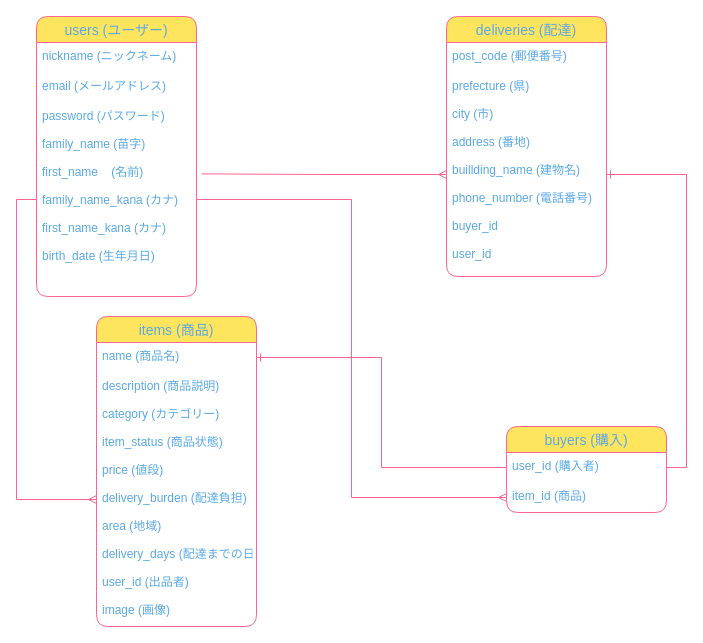
The draw.io diagram page "ページ1" (1 of 2) of furima.dio in UMEZAWA3064/furima-32328, before the edit. Source tidied: cells renumbered, new cells numbered last; positions are measured from the earlier drawing's top-left corner, leaving out a move shared by most shapes. Both pictures are drawn from the tidied source at 100%, with x=0, y=0 at pixel (36, 16).
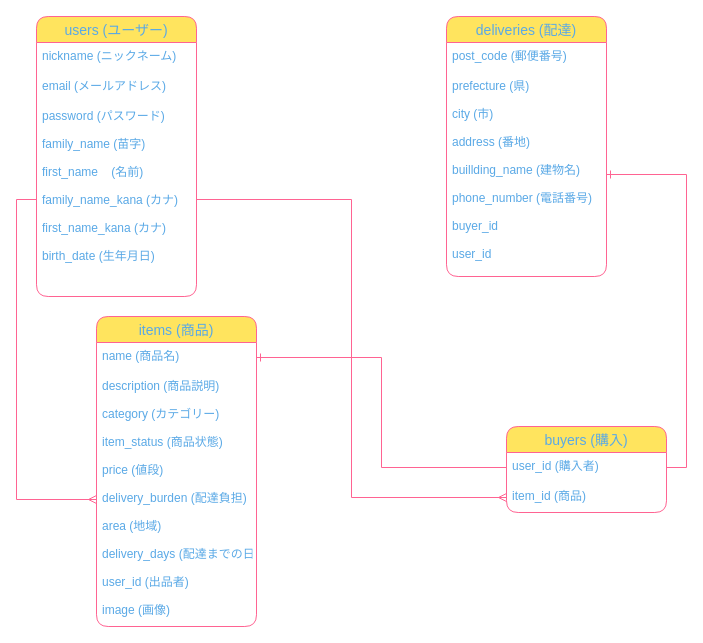
After the change.

Change to the diagram source:
```diff
@@
 <mxGraphModel>
   <root>
     <mxCell id="0" />
     <mxCell id="1" parent="0" />
     <mxCell id="2" value="users (ユーザー)" style="swimlane;fontStyle=0;horizontal=1;startSize=26;align=center;fontSize=14;fillColor=#FFE45E;strokeColor=#FF6392;fontColor=#5AA9E6;rounded=1;" parent="1" vertex="1">
       <mxGeometry width="160" height="280" as="geometry" />
     </mxCell>
     <mxCell id="3" value="nickname (ニックネーム)" style="text;strokeColor=none;fillColor=none;spacingLeft=4;spacingRight=4;overflow=hidden;fontSize=12;fontColor=#5AA9E6;rounded=1;" parent="2" vertex="1">
       <mxGeometry y="26" width="160" height="30" as="geometry" />
     </mxCell>
     <mxCell id="4" value="email (メールアドレス)" style="text;strokeColor=none;fillColor=none;spacingLeft=4;spacingRight=4;overflow=hidden;fontSize=12;fontColor=#5AA9E6;rounded=1;" parent="2" vertex="1">
       <mxGeometry y="56" width="160" height="30" as="geometry" />
     </mxCell>
     <mxCell id="5" value="password (パスワード)&#10;&#10;family_name (苗字)&#10;&#10;first_name    (名前)&#10;&#10;family_name_kana (カナ)&#10;&#10;first_name_kana (カナ)&#10;&#10;birth_date (生年月日)" style="text;strokeColor=none;fillColor=none;spacingLeft=4;spacingRight=4;overflow=hidden;points=[[0,0.5],[1,0.5]];portConstraint=eastwest;fontSize=12;fontColor=#5AA9E6;rounded=1;" parent="2" vertex="1">
       <mxGeometry y="86" width="160" height="194" as="geometry" />
     </mxCell>
     <mxCell id="6" value="deliveries (配達)" style="swimlane;fontStyle=0;horizontal=1;startSize=26;align=center;fontSize=14;fillColor=#FFE45E;strokeColor=#FF6392;fontColor=#5AA9E6;rounded=1;" parent="1" vertex="1">
       <mxGeometry x="410" width="160" height="260" as="geometry" />
     </mxCell>
     <mxCell id="7" value="post_code (郵便番号)" style="text;strokeColor=none;fillColor=none;spacingLeft=4;spacingRight=4;overflow=hidden;fontSize=12;fontColor=#5AA9E6;rounded=1;" parent="6" vertex="1">
       <mxGeometry y="26" width="160" height="30" as="geometry" />
     </mxCell>
     <mxCell id="8" value="prefecture (県)&#10;&#10;city (市)&#10;&#10;address (番地)&#10;&#10;buillding_name (建物名)&#10;&#10;phone_number (電話番号)&#10;&#10;buyer_id&#10;&#10;user_id" style="text;strokeColor=none;fillColor=none;spacingLeft=4;spacingRight=4;overflow=hidden;points=[[0,0.5],[1,0.5]];portConstraint=eastwest;fontSize=12;fontColor=#5AA9E6;rounded=1;" parent="6" vertex="1">
       <mxGeometry y="56" width="160" height="204" as="geometry" />
     </mxCell>
     <mxCell id="9" value="buyers (購入)" style="swimlane;fontStyle=0;horizontal=1;startSize=26;align=center;fontSize=14;fillColor=#FFE45E;strokeColor=#FF6392;fontColor=#5AA9E6;rounded=1;" parent="1" vertex="1">
       <mxGeometry x="470" y="410" width="160" height="86" as="geometry" />
     </mxCell>
     <mxCell id="10" value="user_id (購入者)" style="text;strokeColor=none;fillColor=none;spacingLeft=4;spacingRight=4;overflow=hidden;points=[[0,0.5],[1,0.5]];portConstraint=eastwest;fontSize=12;fontColor=#5AA9E6;rounded=1;" parent="9" vertex="1">
       <mxGeometry y="26" width="160" height="30" as="geometry" />
     </mxCell>
     <mxCell id="11" value="item_id (商品)" style="text;strokeColor=none;fillColor=none;spacingLeft=4;spacingRight=4;overflow=hidden;points=[[0,0.5],[1,0.5]];portConstraint=eastwest;fontSize=12;fontColor=#5AA9E6;rounded=1;" parent="9" vertex="1">
       <mxGeometry y="56" width="160" height="30" as="geometry" />
     </mxCell>
     <mxCell id="12" value="items (商品)" style="swimlane;fontStyle=0;horizontal=1;startSize=26;align=center;fontSize=14;fillColor=#FFE45E;strokeColor=#FF6392;fontColor=#5AA9E6;rounded=1;" parent="1" vertex="1">
       <mxGeometry x="60" y="300" width="160" height="310" as="geometry" />
     </mxCell>
     <mxCell id="13" value="name (商品名)" style="text;strokeColor=none;fillColor=none;spacingLeft=4;spacingRight=4;overflow=hidden;points=[[0,0.5],[1,0.5]];portConstraint=eastwest;fontSize=12;fontColor=#5AA9E6;rounded=1;" parent="12" vertex="1">
       <mxGeometry y="26" width="160" height="30" as="geometry" />
     </mxCell>
     <mxCell id="14" value="description (商品説明)&#10;&#10;category (カテゴリー)&#10;&#10;item_status (商品状態)&#10;&#10;price (値段)&#10;&#10;delivery_burden (配達負担)&#10;&#10;area (地域)&#10;&#10;delivery_days (配達までの日数)&#10;&#10;user_id (出品者)&#10;&#10;image (画像)" style="text;fillColor=none;spacingLeft=4;spacingRight=4;overflow=hidden;points=[[0,0.5],[1,0.5]];portConstraint=eastwest;fontSize=12;fontColor=#5AA9E6;rounded=1;" parent="12" vertex="1">
       <mxGeometry y="56" width="160" height="254" as="geometry" />
     </mxCell>
     <mxCell id="15" style="edgeStyle=orthogonalEdgeStyle;rounded=0;jettySize=auto;html=1;exitX=0;exitY=0.5;exitDx=0;exitDy=0;entryX=0;entryY=0.5;entryDx=0;entryDy=0;startArrow=ERmany;startFill=0;strokeColor=#FF6392;fillColor=#FFE45E;fontColor=#5AA9E6;endArrow=none;endFill=0;" parent="1" edge="1" source="14" target="5">
       <mxGeometry relative="1" as="geometry" />
     </mxCell>
-    <mxCell id="16" style="edgeStyle=orthogonalEdgeStyle;rounded=0;jettySize=auto;html=1;exitX=0;exitY=0.5;exitDx=0;exitDy=0;startArrow=ERmany;startFill=0;endArrow=none;endFill=0;strokeColor=#FF6392;fillColor=#FFE45E;fontColor=#5AA9E6;entryX=1.032;entryY=0.368;entryDx=0;entryDy=0;entryPerimeter=0;" parent="1" edge="1" source="8" target="5">
-      <mxGeometry relative="1" as="geometry" />
-    </mxCell>
     <mxCell id="17" style="edgeStyle=orthogonalEdgeStyle;rounded=0;jettySize=auto;html=1;exitX=1;exitY=0.5;exitDx=0;exitDy=0;entryX=0;entryY=0.5;entryDx=0;entryDy=0;startArrow=ERone;startFill=0;endArrow=none;endFill=0;strokeColor=#FF6392;fillColor=#FFE45E;fontColor=#5AA9E6;" parent="1" edge="1" source="13" target="10">
       <mxGeometry relative="1" as="geometry" />
     </mxCell>
     <mxCell id="18" style="edgeStyle=orthogonalEdgeStyle;rounded=0;jettySize=auto;html=1;exitX=0;exitY=0.5;exitDx=0;exitDy=0;startArrow=ERmany;startFill=0;endArrow=none;endFill=0;strokeColor=#FF6392;fillColor=#FFE45E;fontColor=#5AA9E6;" parent="1" edge="1" source="11" target="5">
       <mxGeometry relative="1" as="geometry" />
     </mxCell>
     <mxCell id="19" style="edgeStyle=orthogonalEdgeStyle;rounded=0;jettySize=auto;html=1;exitX=1;exitY=0.5;exitDx=0;exitDy=0;entryX=1;entryY=0.5;entryDx=0;entryDy=0;startArrow=ERone;startFill=0;endArrow=none;endFill=0;strokeColor=#FF6392;fillColor=#FFE45E;fontColor=#5AA9E6;" parent="1" edge="1" source="8" target="10">
       <mxGeometry relative="1" as="geometry" />
     </mxCell>
   </root>
 </mxGraphModel>
```
